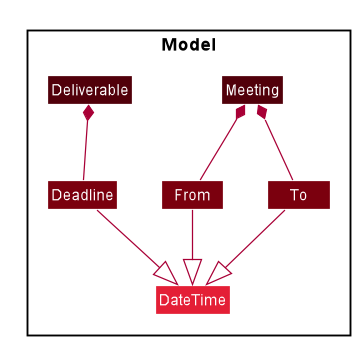
The PlantUML diagram docs/images/DateTimeClass.png in shadowezz/Productiv, before a commit. The source it was exported from:
```plantuml
@startuml








skinparam BackgroundColor #FFFFFFF

skinparam Shadowing false

skinparam Class {
    FontColor #FFFFFF
    BorderThickness 1
    BorderColor #FFFFFF
    StereotypeFontColor #FFFFFF
    FontName Arial
}

skinparam Actor {
    BorderColor #000000
    Color #000000
    FontName Arial
}

skinparam Sequence {
    MessageAlign center
    BoxFontSize 15
    BoxPadding 0
    BoxFontColor #FFFFFF
    FontName Arial
}

skinparam Participant {
    FontColor #FFFFFFF
    Padding 20
}

skinparam MinClassWidth 50
skinparam ParticipantPadding 10
skinparam Shadowing false
skinparam DefaultTextAlignment center
skinparam packageStyle Rectangle

hide footbox
hide members
hide circle

Package Model <<Rectangle>> {
Class Meeting #51000A
Class From #7B000E
Class To #7B000E

Class Deliverable #51000A
Class Deadline #7B000E

Class DateTime #E41F36

}

Meeting *-- From
Meeting *-- To
Deliverable *-- Deadline

From --|> DateTime
To --|> DateTime
Deadline --|> DateTime
@enduml
```
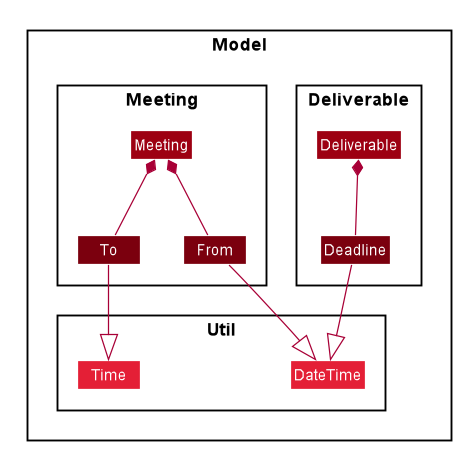
After the commit.

Commit message:
Update date time implementation

The edit, as a diff of the source:
```diff
@@ -49,22 +49,30 @@
 hide circle
 
 Package Model <<Rectangle>> {
-Class Meeting #51000A
-Class From #7B000E
-Class To #7B000E
 
-Class Deliverable #51000A
-Class Deadline #7B000E
+    Package Meeting <<Rectangle>> {
+        Class Meeting #9D0012
+        Class From #7B000E
+        Class To #7B000E
+    }
 
-Class DateTime #E41F36
+    Package Deliverable <<Rectangle>>{
+        Class Deliverable #9D0012
+        Class Deadline #7B000E
+    }
 
+    Package Util <<Rectangle>> {
+        Class DateTime #E41F36
+        Class pp #FFFFFF
+        Class Time #E41F36
+    }
 }
 
 Meeting *-- From
 Meeting *-- To
 Deliverable *-- Deadline
 
-From --|> DateTime
-To --|> DateTime
-Deadline --|> DateTime
+From -right-|> DateTime
+To --|> Time
+Deadline -down-|> DateTime
 @enduml
```
